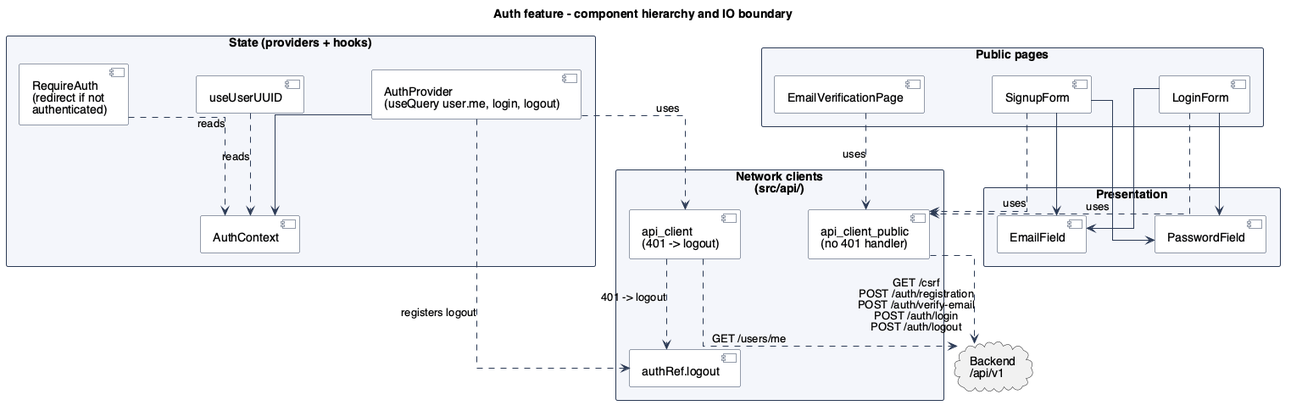
Earlier version of the PlantUML export text/diagrams/FrontendAuth.png (ddrddrr/musikk). Source of this version:
```plantuml
@startuml FrontendAuth

!include ../../_style.puml

title Auth feature - component hierarchy and IO boundary

package "Public pages" as public_pages {
    [LoginForm]
    [SignupForm]
    [EmailVerificationPage]
}

package "Presentation" {
    [EmailField]
    [PasswordField]
}

LoginForm --> EmailField
LoginForm --> PasswordField
SignupForm --> EmailField
SignupForm --> PasswordField

package "State (providers + hooks)" {
    [AuthProvider\n(useQuery user.me, login, logout)] as auth_provider
    [AuthContext] as auth_context
    [RequireAuth\n(redirect if not\nauthenticated)] as require_auth
    [useUserUUID] as use_user_uuid

    auth_provider --> auth_context
    require_auth ..> auth_context : reads
    use_user_uuid ..> auth_context : reads
}

package "Network clients\n(src/api/)" as net_clients {
    [api_client_public\n(no 401 handler)] as api_public
    [api_client\n(401 -> logout)] as api_priv
    [authRef.logout] as auth_ref

    api_priv ..> auth_ref : 401 -> logout
}

cloud "Backend\n/api/v1" as backend

LoginForm ..> api_public : uses
SignupForm ..> api_public : uses
EmailVerificationPage ..> api_public : uses
api_public ..> backend : GET /csrf\nPOST /auth/registration\nPOST /auth/verify-email\nPOST /auth/login\nPOST /auth/logout

auth_provider ..> api_priv : uses
api_priv ..> backend : GET /users/me

auth_provider ..> auth_ref : registers logout

@enduml
```
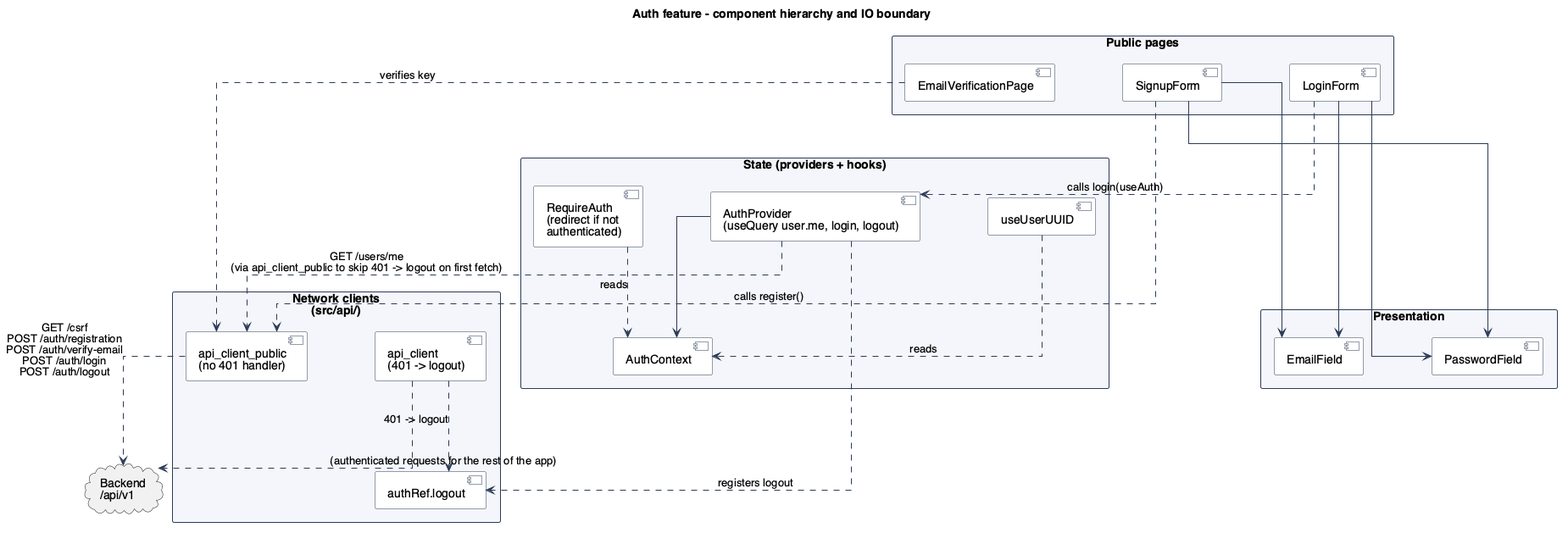
After the change.

What changed in the source:
```diff
@@ -15,7 +15,7 @@
     [PasswordField]
 }
 
-LoginForm --> EmailField
+LoginForm ---> EmailField
 LoginForm --> PasswordField
 SignupForm --> EmailField
 SignupForm --> PasswordField
@@ -41,13 +41,13 @@
 
 cloud "Backend\n/api/v1" as backend
 
-LoginForm ..> api_public : uses
-SignupForm ..> api_public : uses
-EmailVerificationPage ..> api_public : uses
+LoginForm ..> auth_provider : calls login(useAuth)
+SignupForm ..> api_public : calls register()
+EmailVerificationPage ..> api_public : verifies key
 api_public ..> backend : GET /csrf\nPOST /auth/registration\nPOST /auth/verify-email\nPOST /auth/login\nPOST /auth/logout
 
-auth_provider ..> api_priv : uses
-api_priv ..> backend : GET /users/me
+auth_provider ..> api_public : GET /users/me\n(via api_client_public to skip 401 -> logout on first fetch)
+api_priv ..> backend : (authenticated requests for the rest of the app)
 
 auth_provider ..> auth_ref : registers logout
 
```
